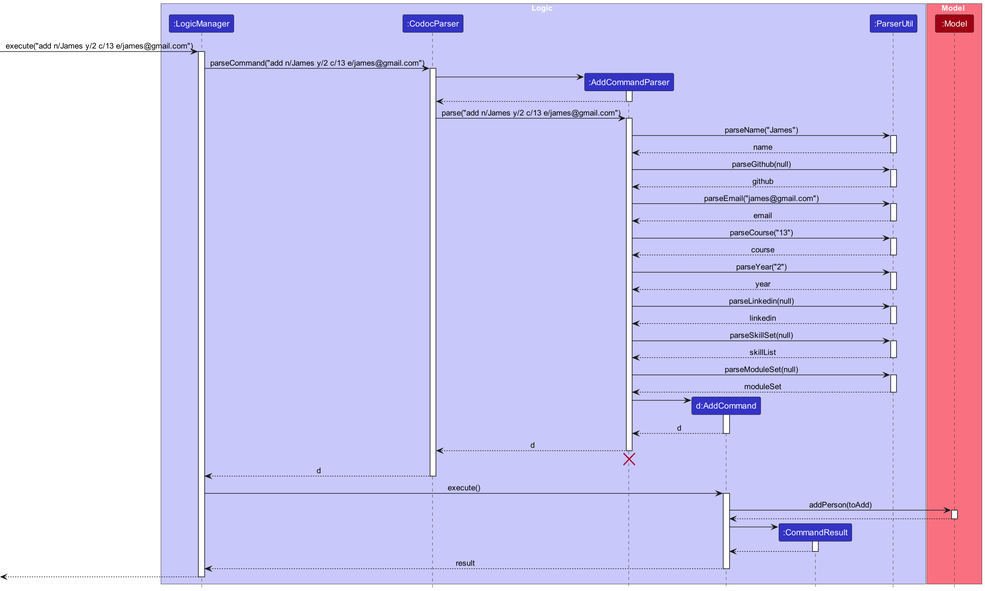
The PlantUML diagram docs/images/AddSequenceDiagram.png in nus-cs2103-AY2223S2/tp, before a commit.
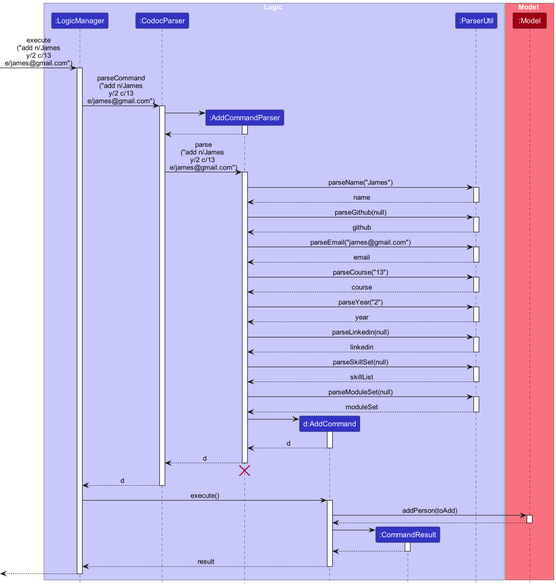
The same diagram one commit later.

Change to the diagram source:
```diff
@@ -1,6 +1,5 @@
 @startuml
 !include style.puml
-skinparam dpi 300
 
 box Logic LOGIC_COLOR_T1
 participant ":LogicManager" as LogicManager LOGIC_COLOR
@@ -15,10 +14,10 @@
 participant ":Model" as Model MODEL_COLOR
 end box
 
-[-> LogicManager : execute("add n/James y/2 c/13 e/james@gmail.com")
+[-> LogicManager : execute\n("add n/James\ny/2 c/13\ne/james@gmail.com")
 activate LogicManager
 
-LogicManager -> CodocParser : parseCommand("add n/James y/2 c/13 e/james@gmail.com")
+LogicManager -> CodocParser : parseCommand\n("add n/James\ny/2 c/13\ne/james@gmail.com")
 activate CodocParser
 
 create AddCommandParser
@@ -28,7 +27,7 @@
 AddCommandParser --> CodocParser
 deactivate AddCommandParser
 
-CodocParser -> AddCommandParser : parse("add n/James y/2 c/13 e/james@gmail.com")
+CodocParser -> AddCommandParser : parse\n("add n/James \ny/2 c/13 \ne/james@gmail.com")
 activate AddCommandParser
 
 AddCommandParser -> ParserUtil : parseName("James")
```
